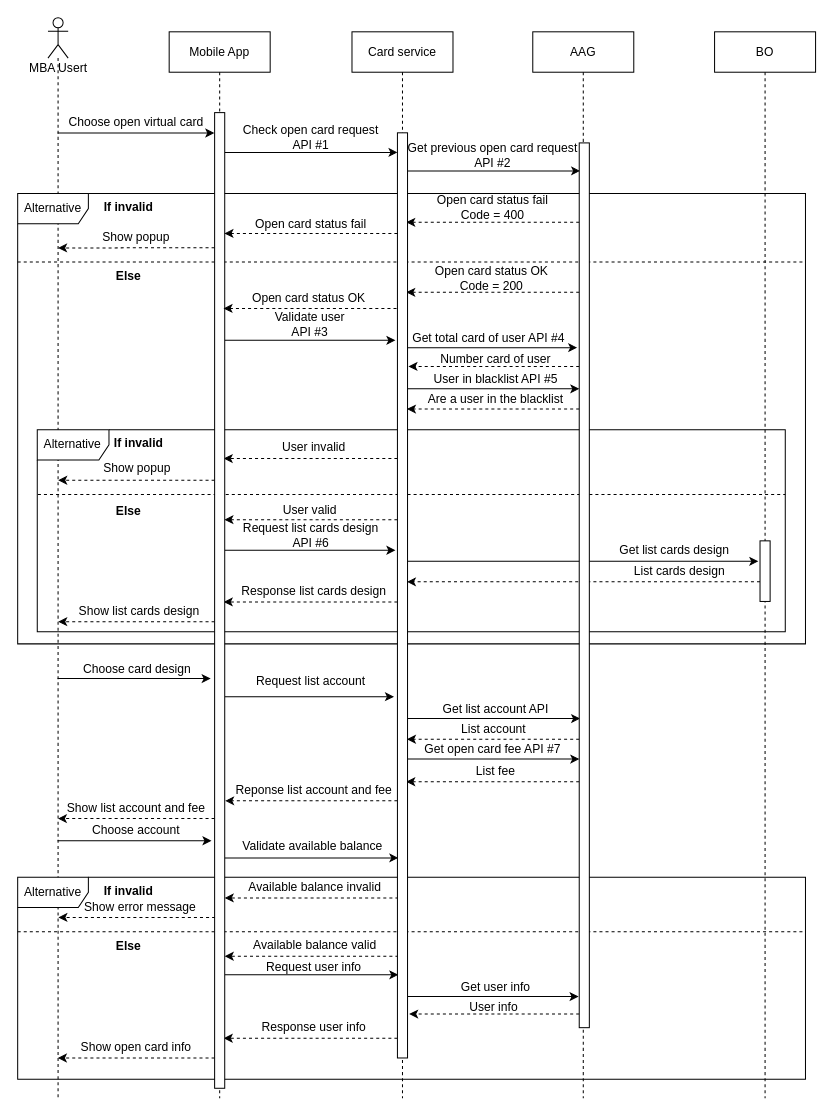
The draw.io diagram page "Open-card" (2 of 14) of Sequence Diagram.drawio in lyminh1994/diagram, before the edit. Source tidied: cells renumbered, new cells numbered last; positions are measured from the earlier drawing's top-left corner, leaving out a move shared by most shapes. Both pictures are drawn from the tidied source at 101%, with x=0, y=0 at pixel (17, 17).
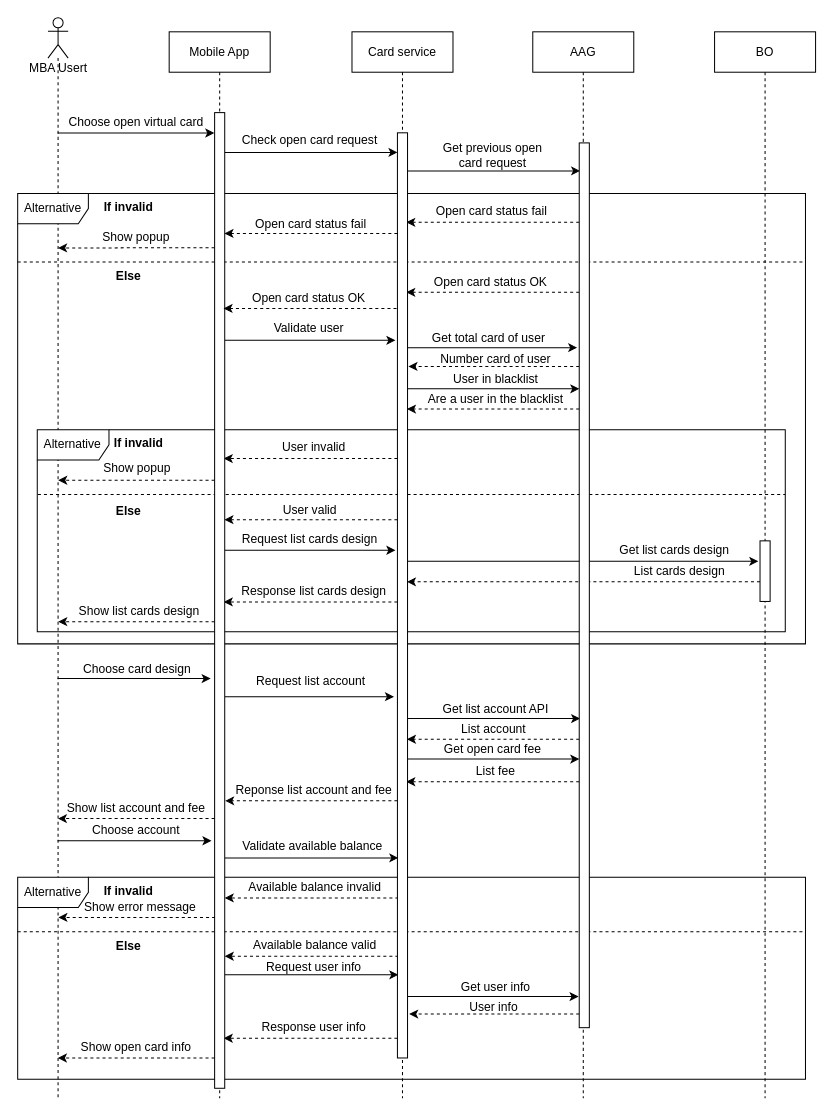
The same diagram, later.

The edit, as a diff of the source:
```diff
@@
-    <mxCell id="17" value="Get open card fee API #7" style="text;html=1;align=center;verticalAlign=middle;strokeColor=none;fontSize=12;" parent="1" vertex="1">
-      <mxGeometry x="394.5" y="715" width="150" height="20" as="geometry" />
+    <mxCell id="17" value="Get open card fee" style="text;html=1;align=center;verticalAlign=middle;strokeColor=none;fontSize=12;" parent="1" vertex="1">
+      <mxGeometry x="414.5" y="715" width="110" height="20" as="geometry" />
     </mxCell>
@@
-    <mxCell id="24" value="Validate user&lt;br&gt;API #3" style="text;html=1;align=center;verticalAlign=middle;strokeColor=none;fontSize=12;" parent="1" vertex="1">
-      <mxGeometry x="249.4" y="289" width="80" height="30" as="geometry" />
+    <mxCell id="24" value="Validate user" style="text;html=1;align=center;verticalAlign=middle;strokeColor=none;fontSize=12;" parent="1" vertex="1">
+      <mxGeometry x="248.4" y="298" width="80" height="20" as="geometry" />
     </mxCell>
-    <mxCell id="25" value="Get total card of user API #4" style="text;html=1;align=center;verticalAlign=middle;strokeColor=none;fontSize=12;" parent="1" vertex="1">
-      <mxGeometry x="381.4" y="308" width="170" height="20" as="geometry" />
+    <mxCell id="25" value="Get total card of user" style="text;html=1;align=center;verticalAlign=middle;strokeColor=none;fontSize=12;" parent="1" vertex="1">
+      <mxGeometry x="401.4" y="308" width="130" height="20" as="geometry" />
     </mxCell>
@@
-    <mxCell id="27" value="User in blacklist API #5" style="text;html=1;align=center;verticalAlign=middle;strokeColor=none;fontSize=12;" parent="1" vertex="1">
-      <mxGeometry x="402.9" y="348" width="140" height="20" as="geometry" />
+    <mxCell id="27" value="User in blacklist" style="text;html=1;align=center;verticalAlign=middle;strokeColor=none;fontSize=12;" parent="1" vertex="1">
+      <mxGeometry x="422.9" y="348" width="100" height="20" as="geometry" />
     </mxCell>
@@
-    <mxCell id="33" value="Check open card request&lt;br&gt;API #1" style="text;html=1;align=center;verticalAlign=middle;strokeColor=none;fontSize=12;" parent="1" vertex="1">
-      <mxGeometry x="214.5" y="104" width="150" height="30" as="geometry" />
+    <mxCell id="33" value="Check open card request" style="text;html=1;align=center;verticalAlign=middle;strokeColor=none;fontSize=12;" parent="1" vertex="1">
+      <mxGeometry x="213.5" y="112" width="150" height="20" as="geometry" />
     </mxCell>
-    <mxCell id="34" value="Get previous open card request&lt;br&gt;API #2" style="text;html=1;align=center;verticalAlign=middle;strokeColor=none;fontSize=12;" parent="1" vertex="1">
-      <mxGeometry x="380" y="121" width="180" height="30" as="geometry" />
+    <mxCell id="34" value="Get previous open&lt;br&gt;card request" style="text;html=1;align=center;verticalAlign=middle;strokeColor=none;fontSize=12;" parent="1" vertex="1">
+      <mxGeometry x="415" y="121" width="110" height="30" as="geometry" />
     </mxCell>
@@
-    <mxCell id="36" value="Open card status fail&lt;br&gt;Code = 400" style="text;html=1;align=center;verticalAlign=middle;strokeColor=none;fontSize=12;" parent="1" vertex="1">
-      <mxGeometry x="404.5" y="173" width="130" height="30" as="geometry" />
+    <mxCell id="36" value="Open card status fail" style="text;html=1;align=center;verticalAlign=middle;strokeColor=none;fontSize=12;" parent="1" vertex="1">
+      <mxGeometry x="403.5" y="182" width="130" height="20" as="geometry" />
     </mxCell>
-    <mxCell id="37" value="Request list cards design&lt;br&gt;API #6" style="text;html=1;align=center;verticalAlign=middle;strokeColor=none;fontSize=12;" parent="1" vertex="1">
-      <mxGeometry x="215.1" y="498" width="150" height="30" as="geometry" />
+    <mxCell id="37" value="Request list cards design" style="text;html=1;align=center;verticalAlign=middle;strokeColor=none;fontSize=12;" parent="1" vertex="1">
+      <mxGeometry x="214.1" y="507" width="150" height="20" as="geometry" />
     </mxCell>
-    <mxCell id="38" value="Open card status OK&lt;br&gt;Code = 200" style="text;html=1;align=center;verticalAlign=middle;strokeColor=none;fontSize=12;" parent="1" vertex="1">
-      <mxGeometry x="404.4" y="243" width="130" height="30" as="geometry" />
+    <mxCell id="38" value="Open card status OK" style="text;html=1;align=center;verticalAlign=middle;strokeColor=none;fontSize=12;" parent="1" vertex="1">
+      <mxGeometry x="403.4" y="252" width="130" height="20" as="geometry" />
     </mxCell>
```
